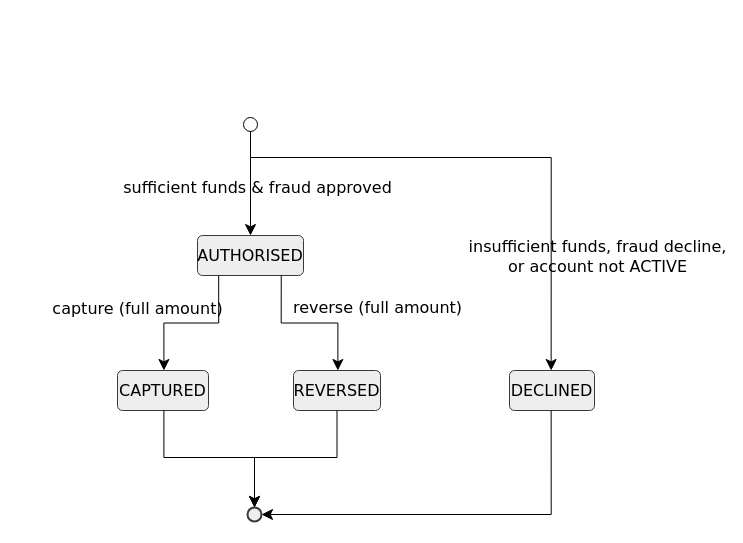
Above: docs/flows/diagrams/payment-lifecycle-state.drawio in ShirongQuan/payment-platform (draw.io), before the change. Source tidied: cells renumbered, new cells numbered last; positions are measured from the earlier drawing's top-left corner, leaving out a move shared by most shapes. Both pictures are drawn from the tidied source at 100%, with x=0, y=0 at pixel (17, 17).
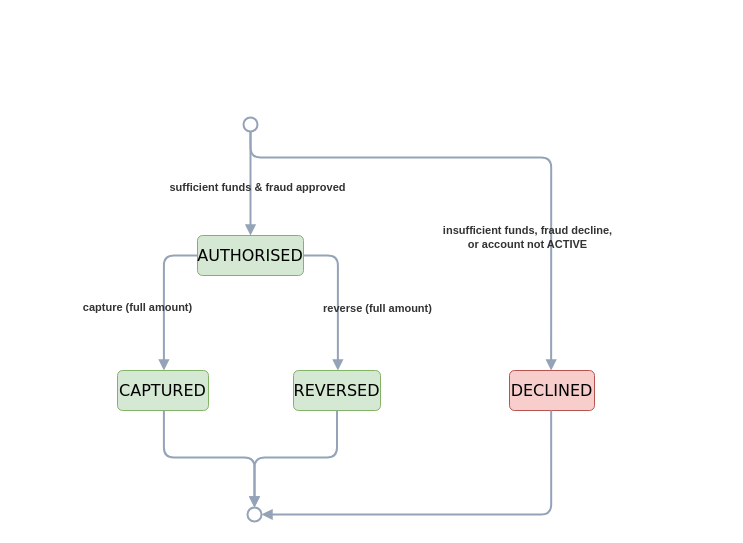
The same diagram, later.

Unchanged cells that the change refers to:
```xml
<mxCell id="2" style="group;transparentBounds=1;editIcon=1;lockedGroup=0;groupPadding=10;labelBackgroundColor=none;" parent="1" vertex="1">
  <mxGeometry as="geometry" />
</mxCell>
```

Diff of the diagram source:
```diff
@@
-    <mxCell id="3" style="ellipse;html=1;fontFamily=Trebuchet MS,Verdana,Arial,sans-serif;fontSize=16;labelBackgroundColor=none;" parent="2" vertex="1">
+    <mxCell id="3" style="ellipse;html=1;fontFamily=Helvetica;fontSize=11;labelBackgroundColor=none;rounded=1;strokeColor=#94A3B8;strokeWidth=2;align=center;verticalAlign=middle;fontColor=#333333;fontStyle=1;" parent="2" vertex="1">
       <mxGeometry x="226" y="100" width="14" height="14" as="geometry" />
     </mxCell>
-    <mxCell id="4" value="AUTHORISED" style="rounded=1;absoluteArcSize=1;arcSize=10;html=1;whiteSpace=wrap;strokeWidth=1;fontFamily=Trebuchet MS,Verdana,Arial,sans-serif;fontSize=16;labelBackgroundColor=none;fillColor=#eeeeee;strokeColor=#36393d;" parent="2" vertex="1">
+    <mxCell id="4" value="AUTHORISED" style="rounded=1;absoluteArcSize=1;arcSize=10;html=1;whiteSpace=wrap;strokeWidth=1;fontFamily=Trebuchet MS,Verdana,Arial,sans-serif;fontSize=16;labelBackgroundColor=none;fillColor=#d5e8d4;strokeColor=#82b366;" parent="2" vertex="1">
       <mxGeometry x="180" y="218" width="106" height="40" as="geometry" />
     </mxCell>
-    <mxCell id="5" value="DECLINED" style="rounded=1;absoluteArcSize=1;arcSize=10;html=1;whiteSpace=wrap;strokeWidth=1;fontFamily=Trebuchet MS,Verdana,Arial,sans-serif;fontSize=16;labelBackgroundColor=none;fillColor=#eeeeee;strokeColor=#36393d;" parent="2" vertex="1">
+    <mxCell id="5" value="DECLINED" style="rounded=1;absoluteArcSize=1;arcSize=10;html=1;whiteSpace=wrap;strokeWidth=1;fontFamily=Trebuchet MS,Verdana,Arial,sans-serif;fontSize=16;labelBackgroundColor=none;fillColor=#f8cecc;strokeColor=#b85450;" parent="2" vertex="1">
       <mxGeometry x="492" y="353" width="85" height="40" as="geometry" />
     </mxCell>
-    <mxCell id="6" value="CAPTURED" style="rounded=1;absoluteArcSize=1;arcSize=10;html=1;whiteSpace=wrap;strokeWidth=1;fontFamily=Trebuchet MS,Verdana,Arial,sans-serif;fontSize=16;labelBackgroundColor=none;fillColor=#eeeeee;strokeColor=#36393d;" parent="2" vertex="1">
+    <mxCell id="6" value="CAPTURED" style="rounded=1;absoluteArcSize=1;arcSize=10;html=1;whiteSpace=wrap;strokeWidth=1;fontFamily=Trebuchet MS,Verdana,Arial,sans-serif;fontSize=16;labelBackgroundColor=none;fillColor=#d5e8d4;strokeColor=#82b366;" parent="2" vertex="1">
       <mxGeometry x="100" y="353" width="91" height="40" as="geometry" />
     </mxCell>
-    <mxCell id="7" value="REVERSED" style="rounded=1;absoluteArcSize=1;arcSize=10;html=1;whiteSpace=wrap;strokeWidth=1;fontFamily=Trebuchet MS,Verdana,Arial,sans-serif;fontSize=16;labelBackgroundColor=none;fillColor=#eeeeee;strokeColor=#36393d;" parent="2" vertex="1">
+    <mxCell id="7" value="REVERSED" style="rounded=1;absoluteArcSize=1;arcSize=10;html=1;whiteSpace=wrap;strokeWidth=1;fontFamily=Trebuchet MS,Verdana,Arial,sans-serif;fontSize=16;labelBackgroundColor=none;fillColor=#d5e8d4;strokeColor=#82b366;" parent="2" vertex="1">
       <mxGeometry x="276" y="353" width="87" height="40" as="geometry" />
     </mxCell>
-    <mxCell id="8" style="ellipse;html=1;strokeWidth=2;centerRadius=4;centerColor=light-dark(#E6E6E6,#CCCCCC);fontFamily=Trebuchet MS,Verdana,Arial,sans-serif;fontSize=16;labelBackgroundColor=none;fillColor=#eeeeee;strokeColor=#36393d;" parent="2" vertex="1">
+    <mxCell id="8" style="ellipse;html=1;strokeWidth=2;centerRadius=4;centerColor=light-dark(#E6E6E6,#CCCCCC);fontFamily=Helvetica;fontSize=11;labelBackgroundColor=none;strokeColor=#94A3B8;rounded=1;align=center;verticalAlign=middle;fontColor=#333333;fontStyle=1;" parent="2" vertex="1">
       <mxGeometry x="230" y="490" width="14" height="14" as="geometry" />
     </mxCell>
-    <mxCell id="9" value="sufficient funds &amp; fraud approved" style="startArrow=none;endArrow=classic;endSize=9;fillColor=none;html=1;fontSize=16;labelBackgroundColor=none;fontFamily=Trebuchet MS,Verdana,Arial,sans-serif;fontColor=default;exitX=0.5;exitY=1;entryX=0.5;entryY=0;rounded=0;edgeStyle=orthogonalEdgeStyle;exitDx=0;exitDy=0;" parent="2" edge="1" source="3" target="4">
+    <mxCell id="9" value="sufficient funds &amp; fraud approved" style="endArrow=block;html=1;fontSize=11;labelBackgroundColor=none;fontFamily=Helvetica;fontColor=#333333;exitX=0.5;exitY=1;entryX=0.5;entryY=0;rounded=1;edgeStyle=orthogonalEdgeStyle;exitDx=0;exitDy=0;strokeColor=#94A3B8;strokeWidth=2;align=center;verticalAlign=middle;fontStyle=1;endFill=1;" parent="2" edge="1" source="3" target="4">
       <mxGeometry x="0.08" y="7" relative="1" as="geometry" />
     </mxCell>
-    <mxCell id="10" value="insufficient funds, fraud decline,&#10;or account not ACTIVE" style="startArrow=none;endArrow=classic;endSize=9;fillColor=none;html=1;fontSize=16;labelBackgroundColor=none;fontFamily=Trebuchet MS,Verdana,Arial,sans-serif;fontColor=default;exitX=0.5;exitY=1;entryX=0.49;entryY=0;rounded=0;edgeStyle=orthogonalEdgeStyle;exitDx=0;exitDy=0;" parent="2" edge="1" source="3" target="5">
-      <mxGeometry x="0.58" y="46" relative="1" as="geometry">
+    <mxCell id="10" value="insufficient funds, fraud decline,&#10;or account not ACTIVE" style="endArrow=block;html=1;fontSize=11;labelBackgroundColor=none;fontFamily=Helvetica;fontColor=#333333;exitX=0.5;exitY=1;entryX=0.49;entryY=0;rounded=1;edgeStyle=orthogonalEdgeStyle;exitDx=0;exitDy=0;strokeColor=#94A3B8;strokeWidth=2;align=center;verticalAlign=middle;fontStyle=1;endFill=1;" parent="2" edge="1" source="3" target="5">
+      <mxGeometry x="0.51" y="-24" relative="1" as="geometry">
         <Array as="points">
           <mxPoint x="233" y="140" />
           <mxPoint x="533.7" y="140" />
         </Array>
       </mxGeometry>
     </mxCell>
-    <mxCell id="11" value="capture (full amount)" style="startArrow=none;endArrow=classic;endSize=9;fillColor=none;html=1;fontSize=16;labelBackgroundColor=none;fontFamily=Trebuchet MS,Verdana,Arial,sans-serif;fontColor=default;exitX=0.2;exitY=1;entryX=0.51;entryY=0;rounded=0;edgeStyle=orthogonalEdgeStyle;" parent="2" edge="1" source="4" target="6">
-      <mxGeometry x="0.37" y="-31" relative="1" as="geometry">
+    <mxCell id="11" value="capture (full amount)" style="endArrow=block;html=1;fontSize=11;labelBackgroundColor=none;fontFamily=Helvetica;fontColor=#333333;exitX=0;exitY=0.5;entryX=0.51;entryY=0;rounded=1;edgeStyle=orthogonalEdgeStyle;strokeColor=#94A3B8;strokeWidth=2;align=center;verticalAlign=middle;fontStyle=1;endFill=1;exitDx=0;exitDy=0;" parent="2" edge="1" source="4" target="6">
+      <mxGeometry x="0.36" y="-31" relative="1" as="geometry">
         <mxPoint x="5" y="-15" as="offset" />
       </mxGeometry>
     </mxCell>
-    <mxCell id="12" value="reverse (full amount)" style="startArrow=none;endArrow=classic;endSize=9;fillColor=none;html=1;fontSize=16;labelBackgroundColor=none;fontFamily=Trebuchet MS,Verdana,Arial,sans-serif;fontColor=default;exitX=0.79;exitY=1;entryX=0.51;entryY=0;rounded=0;edgeStyle=orthogonalEdgeStyle;" parent="2" edge="1" source="4" target="7">
+    <mxCell id="12" value="reverse (full amount)" style="endArrow=block;html=1;fontSize=11;labelBackgroundColor=none;fontFamily=Helvetica;fontColor=#333333;exitX=1;exitY=0.5;entryX=0.51;entryY=0;rounded=1;edgeStyle=orthogonalEdgeStyle;strokeColor=#94A3B8;strokeWidth=2;align=center;verticalAlign=middle;fontStyle=1;endFill=1;exitDx=0;exitDy=0;" parent="2" edge="1" source="4" target="7">
       <mxGeometry x="0.37" y="43" relative="1" as="geometry">
         <mxPoint x="-3" y="-15" as="offset" />
       </mxGeometry>
     </mxCell>
-    <mxCell id="13" style="startArrow=none;endArrow=classic;endSize=9;fillColor=none;exitX=0.49;exitY=1;entryX=1;entryY=0.43;rounded=0;labelBackgroundColor=none;fontColor=default;edgeStyle=orthogonalEdgeStyle;" parent="2" edge="1" source="5" target="8">
+    <mxCell id="13" style="endArrow=block;exitX=0.49;exitY=1;entryX=1;entryY=0.43;rounded=1;labelBackgroundColor=none;fontColor=#333333;edgeStyle=orthogonalEdgeStyle;strokeColor=#94A3B8;strokeWidth=2;align=center;verticalAlign=middle;fontFamily=Helvetica;fontSize=11;fontStyle=1;endFill=1;" parent="2" edge="1" source="5" target="8">
       <mxGeometry relative="1" as="geometry" />
     </mxCell>
-    <mxCell id="14" style="startArrow=none;endArrow=classic;endSize=9;fillColor=none;exitX=0.51;exitY=1;entryX=0.5;entryY=0;rounded=0;labelBackgroundColor=none;fontColor=default;edgeStyle=orthogonalEdgeStyle;entryDx=0;entryDy=0;" parent="2" edge="1" source="6" target="8">
+    <mxCell id="14" style="endArrow=block;exitX=0.51;exitY=1;entryX=0.5;entryY=0;rounded=1;labelBackgroundColor=none;fontColor=#333333;edgeStyle=orthogonalEdgeStyle;entryDx=0;entryDy=0;strokeColor=#94A3B8;strokeWidth=2;align=center;verticalAlign=middle;fontFamily=Helvetica;fontSize=11;fontStyle=1;endFill=1;" parent="2" edge="1" source="6" target="8">
       <mxGeometry relative="1" as="geometry">
         <Array as="points">
           <mxPoint x="146.4" y="440" />
           <mxPoint x="237" y="440" />
         </Array>
       </mxGeometry>
     </mxCell>
-    <mxCell id="15" style="startArrow=none;endArrow=classic;endSize=9;fillColor=none;exitX=0.5;exitY=1;entryX=0.5;entryY=0;rounded=0;labelBackgroundColor=none;fontColor=default;edgeStyle=orthogonalEdgeStyle;" parent="2" edge="1" source="7" target="8">
+    <mxCell id="15" style="endArrow=block;exitX=0.5;exitY=1;entryX=0.5;entryY=0;rounded=1;labelBackgroundColor=none;fontColor=#333333;edgeStyle=orthogonalEdgeStyle;strokeColor=#94A3B8;strokeWidth=2;align=center;verticalAlign=middle;fontFamily=Helvetica;fontSize=11;fontStyle=1;endFill=1;" parent="2" edge="1" source="7" target="8">
       <mxGeometry relative="1" as="geometry">
         <Array as="points">
           <mxPoint x="319.5" y="440" />
           <mxPoint x="237" y="440" />
         </Array>
       </mxGeometry>
     </mxCell>
```
